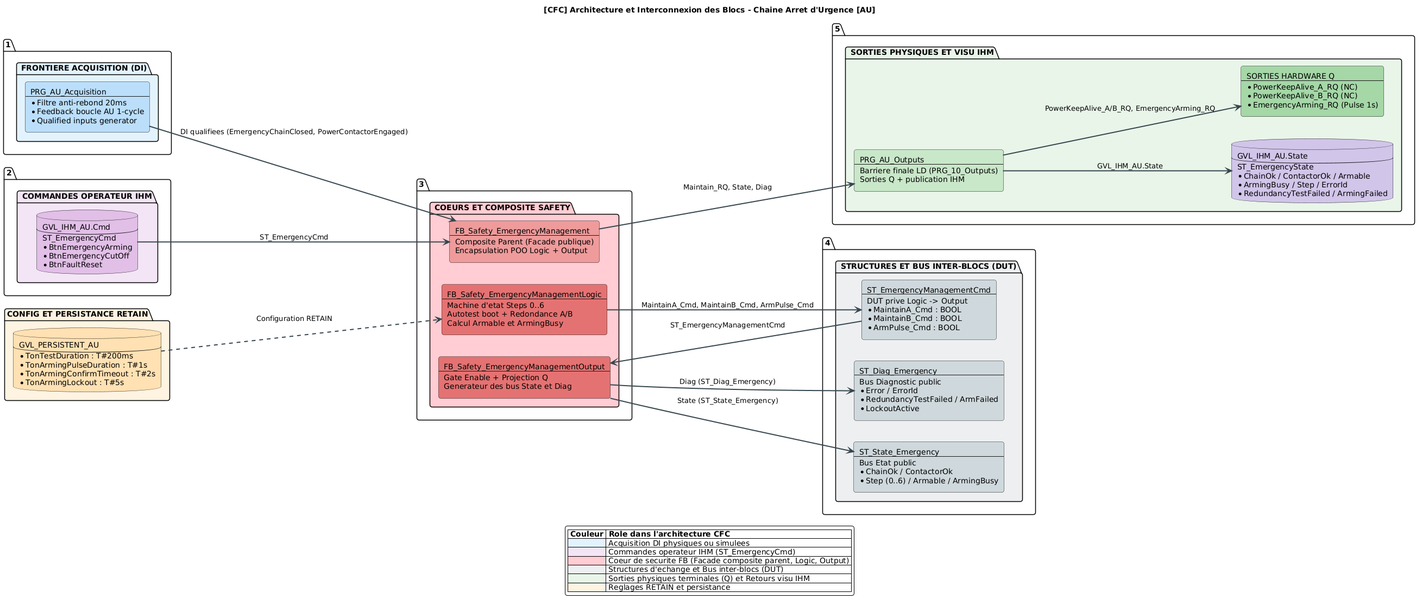
Earlier version of the PlantUML export DOC/DIAGRAMS/CODE/DIAG_EmergencyManagement_CFC.png (MatGros/2026_Projet_YGO_ExcavatriceDragage).
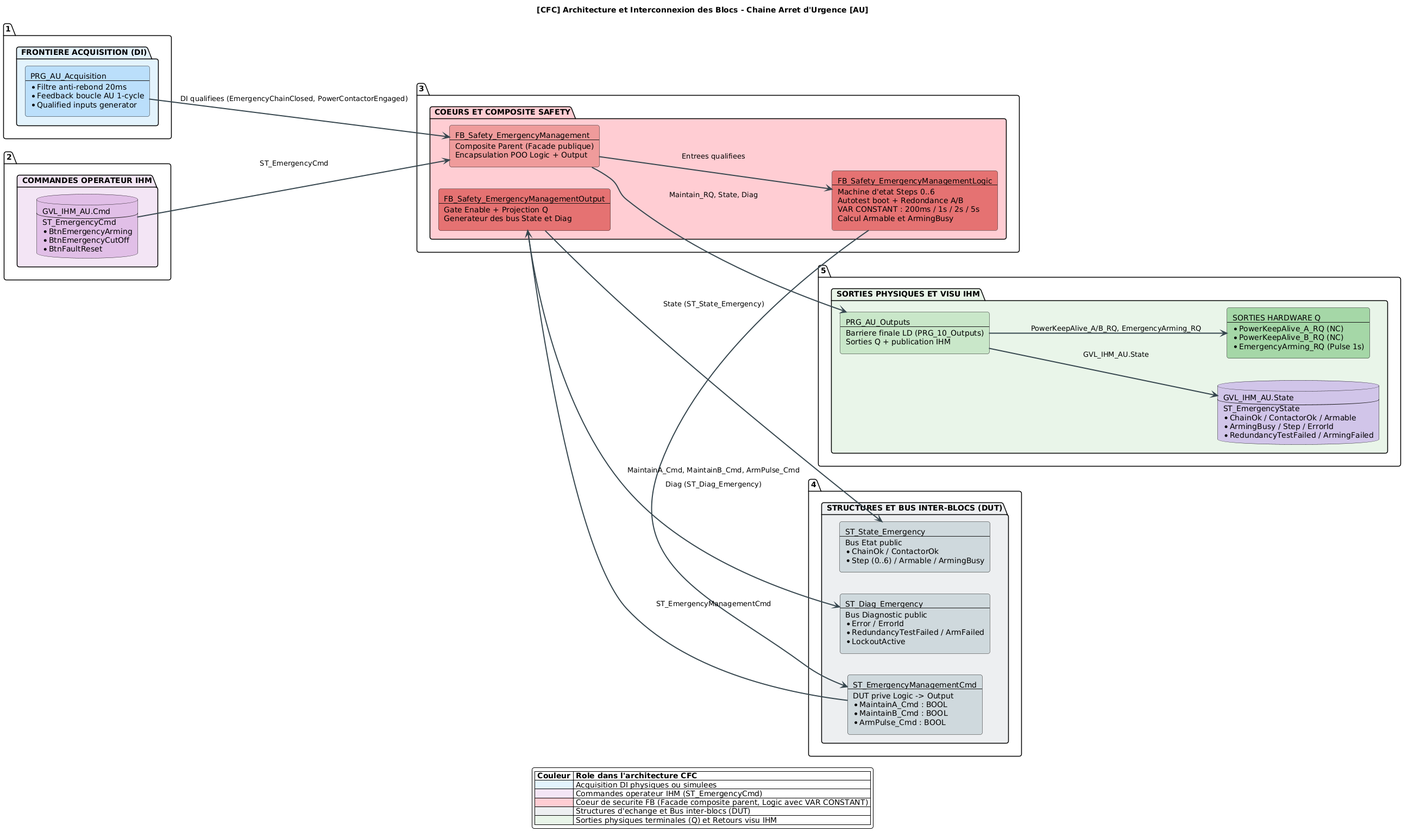
Above is the later version.

Change to the diagram source:
```diff
@@ -47,6 +47,7 @@
     --
     Machine d'etat Steps 0..6
     Autotest boot + Redondance A/B
+    VAR CONSTANT : 200ms / 1s / 2s / 5s
     Calcul Armable et ArmingBusy
   ]
   rectangle OUT_FB #E57373 [
@@ -107,22 +108,10 @@
   ]
 }
 
-package "CONFIG ET PERSISTANCE RETAIN" #FFF3E0 {
-  database PERSIST #FFE0B2 [
-    GVL_PERSISTENT_AU
-    --
-    * TonTestDuration : T#200ms
-    * TonArmingPulseDuration : T#1s
-    * TonArmingConfirmTimeout : T#2s
-    * TonArmingLockout : T#5s
-  ]
-}
-
 IHM_CMD --> COMP : ST_EmergencyCmd
 ACQ --> COMP : DI qualifiees (EmergencyChainClosed, PowerContactorEngaged)
 
-PERSIST ..> LOGIC : Configuration RETAIN
-
+COMP --> LOGIC : Entrees qualifiees
 LOGIC --> DUT_INT : MaintainA_Cmd, MaintainB_Cmd, ArmPulse_Cmd
 DUT_INT --> OUT_FB : ST_EmergencyManagementCmd
 
@@ -138,9 +127,8 @@
   |= Couleur |= Role dans l'architecture CFC |
   |<#E3F2FD>| Acquisition DI physiques ou simulees |
   |<#F3E5F5>| Commandes operateur IHM (ST_EmergencyCmd) |
-  |<#FFCDD2>| Coeur de securite FB (Facade composite parent, Logic, Output) |
+  |<#FFCDD2>| Coeur de securite FB (Facade composite parent, Logic avec VAR CONSTANT) |
   |<#ECEFF1>| Structures d'echange et Bus inter-blocs (DUT) |
   |<#E8F5E9>| Sorties physiques terminales (Q) et Retours visu IHM |
-  |<#FFF3E0>| Reglages RETAIN et persistance |
 endlegend
 @enduml
```
